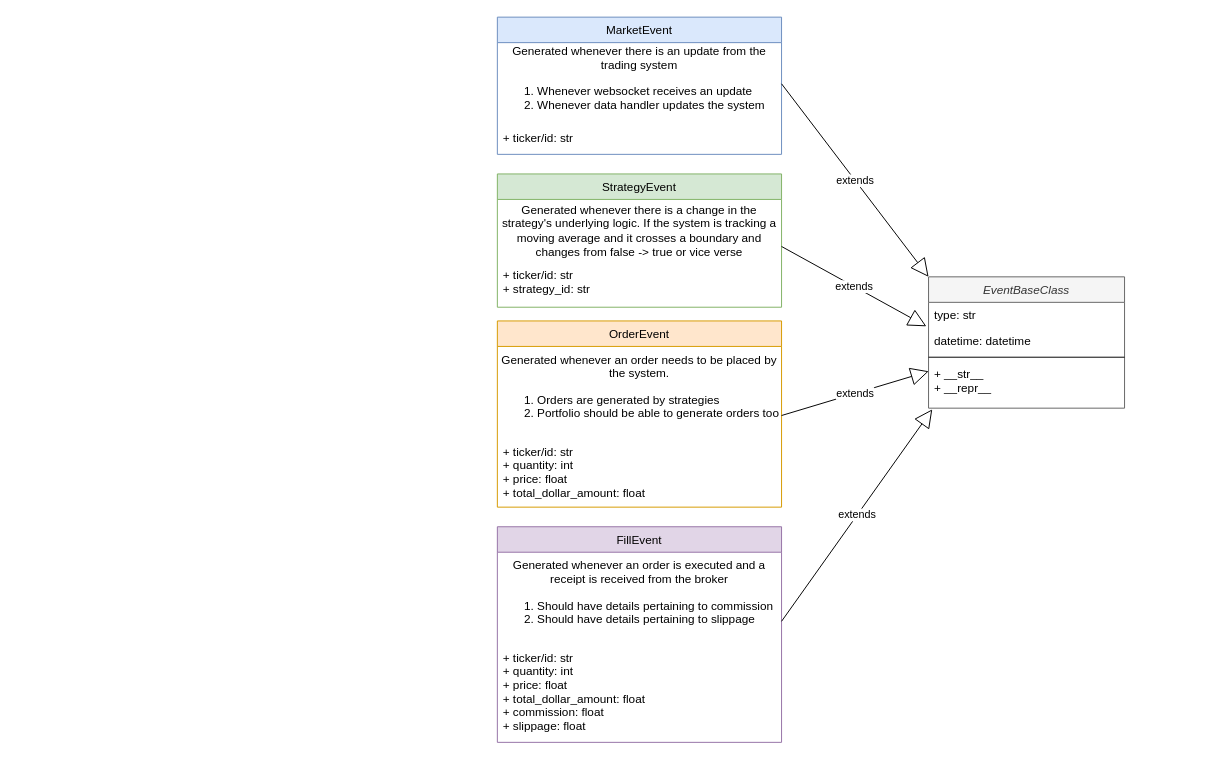
The draw.io diagram Diagrams/Event.drawio in leowotzak/LJWEquities, before the edit. Source tidied: cells renumbered, new cells numbered last; positions are measured from the earlier drawing's top-left corner, leaving out a move shared by most shapes. Both pictures are drawn from the tidied source at 98%, with x=0, y=0 at pixel (497, 17).
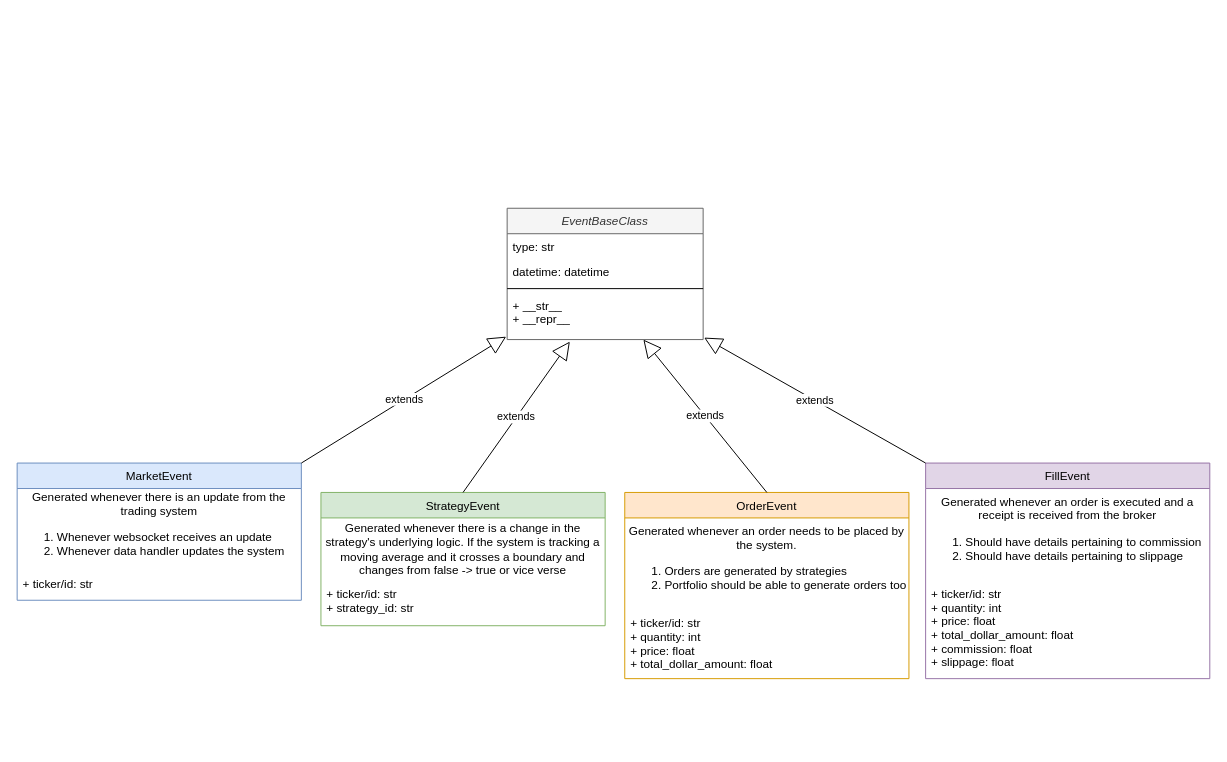
Above is the later version.

Unchanged cells that the change refers to:
```xml
<mxCell id="4" value="datetime: datetime" style="text;align=left;verticalAlign=top;spacingLeft=4;spacingRight=4;overflow=hidden;points=[[0,0.5],[1,0.5]];portConstraint=eastwest;rounded=0;shadow=0;html=0;" parent="2" vertex="1">
  <mxGeometry y="52" width="200" height="26" as="geometry" />
</mxCell>
<mxCell id="6" value="+ __str__&#10;+ __repr__" style="text;align=left;verticalAlign=top;spacingLeft=4;spacingRight=4;overflow=hidden;points=[[0,0.5],[1,0.5]];portConstraint=eastwest;" parent="2" vertex="1">
  <mxGeometry y="86" width="200" height="48" as="geometry" />
</mxCell>
<mxCell id="8" value="Generated whenever there is an update from the trading system&lt;br&gt;&lt;div style=&quot;text-align: left&quot;&gt;&lt;ol&gt;&lt;li&gt;&lt;span&gt;Whenever websocket receives an update&lt;/span&gt;&lt;/li&gt;&lt;li&gt;&lt;span&gt;Whenever data handler updates the system&lt;/span&gt;&lt;/li&gt;&lt;/ol&gt;&lt;/div&gt;" style="text;html=1;strokeColor=none;fillColor=none;align=center;verticalAlign=middle;whiteSpace=wrap;rounded=0;" parent="7" vertex="1">
  <mxGeometry y="26" width="290" height="84" as="geometry" />
</mxCell>
<mxCell id="11" value="Generated whenever there is a change in the strategy's underlying logic. If the system is tracking a moving average and it crosses a boundary and changes from false -&amp;gt; true or vice verse" style="text;html=1;strokeColor=none;fillColor=none;align=center;verticalAlign=middle;whiteSpace=wrap;rounded=0;" parent="10" vertex="1">
  <mxGeometry y="26" width="290" height="64" as="geometry" />
</mxCell>
<mxCell id="14" value="Generated whenever an order needs to be placed by the system.&lt;br&gt;&lt;div style=&quot;text-align: left&quot;&gt;&lt;ol&gt;&lt;li&gt;&lt;span&gt;Orders are generated by strategies&lt;/span&gt;&lt;/li&gt;&lt;li&gt;&lt;span&gt;Portfolio should be able to generate orders too&lt;/span&gt;&lt;/li&gt;&lt;/ol&gt;&lt;/div&gt;" style="text;html=1;strokeColor=none;fillColor=none;align=center;verticalAlign=middle;whiteSpace=wrap;rounded=0;" parent="13" vertex="1">
  <mxGeometry y="26" width="290" height="94" as="geometry" />
</mxCell>
<mxCell id="17" value="Generated whenever an order is executed and a receipt is received from the broker&lt;br&gt;&lt;div style=&quot;text-align: left&quot;&gt;&lt;ol&gt;&lt;li&gt;&lt;span&gt;Should have details pertaining to commission&lt;/span&gt;&lt;/li&gt;&lt;li&gt;&lt;span&gt;Should have details pertaining to slippage&lt;/span&gt;&lt;br&gt;&lt;/li&gt;&lt;/ol&gt;&lt;/div&gt;" style="text;html=1;strokeColor=none;fillColor=none;align=center;verticalAlign=middle;whiteSpace=wrap;rounded=0;" parent="16" vertex="1">
  <mxGeometry y="26" width="290" height="94" as="geometry" />
</mxCell>
```

What changed in the source:
```diff
@@
     <mxCell id="2" value="EventBaseClass" style="swimlane;fontStyle=2;align=center;verticalAlign=top;horizontal=1;startSize=26;rounded=0;shadow=0;strokeWidth=1;fillColor=#f5f5f5;strokeColor=#666666;fontColor=#333333;" parent="1" vertex="1">
-      <mxGeometry x="440" y="265" width="200" height="134" as="geometry" />
+      <mxGeometry x="10" y="195" width="200" height="134" as="geometry" />
     </mxCell>
@@
     <mxCell id="7" value="MarketEvent" style="swimlane;fontStyle=0;horizontal=1;startSize=26;fillColor=#dae8fc;strokeColor=#6c8ebf;" parent="1" vertex="1">
-      <mxGeometry width="290" height="140" as="geometry" />
+      <mxGeometry x="-490" y="455" width="290" height="140" as="geometry" />
     </mxCell>
@@
     <mxCell id="10" value="StrategyEvent" style="swimlane;fontStyle=0;horizontal=1;startSize=26;fillColor=#d5e8d4;strokeColor=#82b366;" parent="1" vertex="1">
-      <mxGeometry y="160" width="290" height="136" as="geometry" />
+      <mxGeometry x="-180" y="485" width="290" height="136" as="geometry" />
     </mxCell>
@@
     <mxCell id="13" value="OrderEvent" style="swimlane;fontStyle=0;horizontal=1;startSize=26;fillColor=#ffe6cc;strokeColor=#d79b00;" parent="1" vertex="1">
-      <mxGeometry y="310" width="290" height="190" as="geometry" />
+      <mxGeometry x="130" y="485" width="290" height="190" as="geometry" />
     </mxCell>
@@
     <mxCell id="16" value="FillEvent" style="swimlane;fontStyle=0;horizontal=1;startSize=26;fillColor=#e1d5e7;strokeColor=#9673a6;" parent="1" vertex="1">
-      <mxGeometry y="520" width="290" height="220" as="geometry" />
+      <mxGeometry x="437" y="455" width="290" height="220" as="geometry" />
     </mxCell>
@@
-    <mxCell id="19" value="extends" style="endArrow=block;endSize=16;endFill=0;html=1;exitX=1;exitY=0.5;exitDx=0;exitDy=0;entryX=0;entryY=0;entryDx=0;entryDy=0;" parent="1" edge="1" source="8" target="2">
+    <mxCell id="19" value="extends" style="endArrow=block;endSize=16;endFill=0;html=1;exitX=1;exitY=0;exitDx=0;exitDy=0;entryX=-0.005;entryY=0.938;entryDx=0;entryDy=0;entryPerimeter=0;" parent="1" edge="1" source="7" target="6">
       <mxGeometry relative="1" as="geometry" />
     </mxCell>
-    <mxCell id="20" value="extends" style="endArrow=block;endSize=16;endFill=0;html=1;exitX=1;exitY=0.75;exitDx=0;exitDy=0;entryX=0.019;entryY=1.025;entryDx=0;entryDy=0;entryPerimeter=0;" parent="1" edge="1" source="17" target="6">
+    <mxCell id="20" value="extends" style="endArrow=block;endSize=16;endFill=0;html=1;exitX=0;exitY=0;exitDx=0;exitDy=0;entryX=1.005;entryY=0.958;entryDx=0;entryDy=0;entryPerimeter=0;" parent="1" edge="1" source="16" target="6">
       <mxGeometry relative="1" as="geometry" />
     </mxCell>
-    <mxCell id="21" value="extends" style="endArrow=block;endSize=16;endFill=0;html=1;exitX=1;exitY=0.75;exitDx=0;exitDy=0;entryX=0.001;entryY=0.216;entryDx=0;entryDy=0;entryPerimeter=0;" parent="1" edge="1" source="14" target="6">
+    <mxCell id="21" value="extends" style="endArrow=block;endSize=16;endFill=0;html=1;exitX=0.5;exitY=0;exitDx=0;exitDy=0;entryX=0.695;entryY=1;entryDx=0;entryDy=0;entryPerimeter=0;" parent="1" edge="1" source="13" target="6">
       <mxGeometry relative="1" as="geometry" />
     </mxCell>
-    <mxCell id="22" value="extends" style="endArrow=block;endSize=16;endFill=0;html=1;exitX=1;exitY=0.75;exitDx=0;exitDy=0;entryX=-0.011;entryY=-0.059;entryDx=0;entryDy=0;entryPerimeter=0;" parent="1" edge="1" source="11" target="4">
+    <mxCell id="22" value="extends" style="endArrow=block;endSize=16;endFill=0;html=1;exitX=0.5;exitY=0;exitDx=0;exitDy=0;entryX=0.32;entryY=1.042;entryDx=0;entryDy=0;entryPerimeter=0;" parent="1" edge="1" source="10" target="6">
       <mxGeometry relative="1" as="geometry" />
     </mxCell>
```
